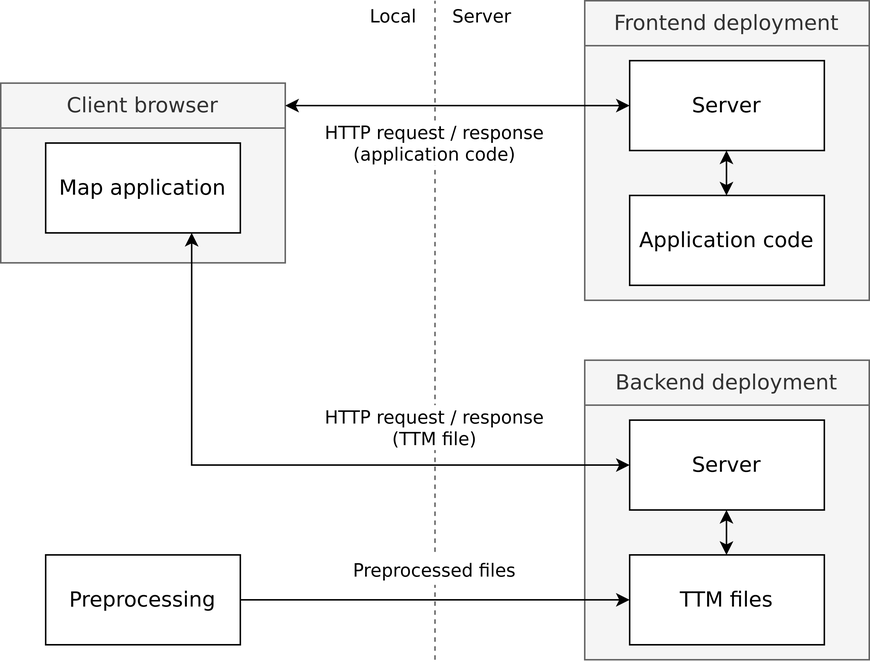
Above: thesis/visual/figures/architechture.png in eemilhaa/thesis (draw.io), before the change. Source tidied: cells renumbered, new cells last; positions are measured from the earlier drawing's top-left corner, leaving out a move shared by most shapes. Source of this version:
```xml
<mxGraphModel>
  <root>
    <mxCell id="0" />
    <mxCell id="1" parent="0" />
    <mxCell id="2" value="&lt;div style=&quot;font-size: 14px;&quot; align=&quot;center&quot;&gt;&lt;font style=&quot;font-size: 14px;&quot;&gt;Backend deployment&lt;br&gt;&lt;/font&gt;&lt;/div&gt;" style="rounded=0;whiteSpace=wrap;html=1;align=center;strokeColor=#666666;fillColor=#f5f5f5;fontColor=#333333;fontFamily=Dejavu sans;shadow=0;" parent="1" vertex="1">
      <mxGeometry x="390" y="240" width="190" height="30" as="geometry" />
    </mxCell>
    <mxCell id="3" value="&lt;font style=&quot;font-size: 14px;&quot;&gt;Client browser&lt;br&gt;&lt;/font&gt;" style="rounded=0;whiteSpace=wrap;html=1;align=center;fillColor=#f5f5f5;fontColor=#333333;strokeColor=#666666;fontFamily=Dejavu sans;shadow=0;" parent="1" vertex="1">
      <mxGeometry y="55" width="190" height="30" as="geometry" />
    </mxCell>
    <mxCell id="4" value="&lt;div style=&quot;font-size: 14px;&quot; align=&quot;center&quot;&gt;&lt;font style=&quot;font-size: 14px;&quot;&gt;Frontend deployment&lt;br&gt;&lt;/font&gt;&lt;/div&gt;" style="rounded=0;whiteSpace=wrap;html=1;align=center;fillColor=#f5f5f5;fontColor=#333333;strokeColor=#666666;fontFamily=Dejavu sans;shadow=0;" parent="1" vertex="1">
      <mxGeometry x="390" width="190" height="30" as="geometry" />
    </mxCell>
    <mxCell id="5" style="endArrow=none;dashed=1;html=1;rounded=0;fillColor=#f5f5f5;strokeColor=#666666;fontFamily=Dejavu sans;shadow=0;" parent="1" edge="1">
      <mxGeometry relative="1" as="geometry">
        <mxPoint x="290" y="440" as="sourcePoint" />
        <mxPoint x="290" as="targetPoint" />
      </mxGeometry>
    </mxCell>
    <mxCell id="6" value="&lt;div align=&quot;left&quot;&gt;&lt;br&gt;&lt;/div&gt;" style="rounded=0;whiteSpace=wrap;html=1;align=left;fillColor=#f5f5f5;fontColor=#333333;strokeColor=#666666;fontFamily=Dejavu sans;shadow=0;" parent="1" vertex="1">
      <mxGeometry x="390" y="30" width="190" height="170" as="geometry" />
    </mxCell>
    <mxCell id="7" value="&lt;div align=&quot;left&quot;&gt;&lt;br&gt;&lt;/div&gt;" style="rounded=0;whiteSpace=wrap;html=1;align=left;fillColor=#f5f5f5;fontColor=#333333;strokeColor=#666666;fontFamily=Dejavu sans;shadow=0;" parent="1" vertex="1">
      <mxGeometry y="85" width="190" height="90" as="geometry" />
    </mxCell>
    <mxCell id="8" value="&lt;div align=&quot;left&quot;&gt;&lt;br&gt;&lt;/div&gt;" style="rounded=0;whiteSpace=wrap;html=1;align=left;strokeColor=#666666;fillColor=#f5f5f5;fontColor=#333333;fontFamily=Dejavu sans;shadow=0;" parent="1" vertex="1">
      <mxGeometry x="390" y="270" width="190" height="170" as="geometry" />
    </mxCell>
    <mxCell id="9" style="edgeStyle=orthogonalEdgeStyle;rounded=0;jettySize=auto;html=1;exitX=1;exitY=0.5;exitDx=0;exitDy=0;entryX=0;entryY=0.5;entryDx=0;entryDy=0;shadow=0;" parent="1" edge="1" source="10" target="14">
      <mxGeometry relative="1" as="geometry" />
    </mxCell>
    <mxCell id="10" value="&lt;font style=&quot;font-size: 14px;&quot;&gt;Preprocessing&lt;/font&gt;" style="rounded=0;whiteSpace=wrap;html=1;fontFamily=Dejavu sans;shadow=0;" parent="1" vertex="1">
      <mxGeometry x="30" y="370" width="130" height="60" as="geometry" />
    </mxCell>
    <mxCell id="11" value="&lt;font style=&quot;font-size: 14px;&quot;&gt;Server&lt;br&gt;&lt;/font&gt;" style="rounded=0;whiteSpace=wrap;html=1;fontFamily=Dejavu sans;shadow=0;" parent="1" vertex="1">
      <mxGeometry x="420" y="40" width="130" height="60" as="geometry" />
    </mxCell>
    <mxCell id="12" value="&lt;font style=&quot;font-size: 14px;&quot;&gt;Server&lt;br&gt;&lt;/font&gt;" style="rounded=0;whiteSpace=wrap;html=1;fontFamily=Dejavu sans;shadow=0;" parent="1" vertex="1">
      <mxGeometry x="420" y="280" width="130" height="60" as="geometry" />
    </mxCell>
    <mxCell id="13" value="&lt;font style=&quot;font-size: 14px;&quot;&gt;Application code&lt;br&gt;&lt;/font&gt;" style="rounded=0;whiteSpace=wrap;html=1;fontFamily=Dejavu sans;shadow=0;" parent="1" vertex="1">
      <mxGeometry x="420" y="130" width="130" height="60" as="geometry" />
    </mxCell>
    <mxCell id="14" value="&lt;font style=&quot;font-size: 14px;&quot;&gt;&lt;font style=&quot;font-size: 14px;&quot;&gt;TTM files&lt;br&gt;&lt;/font&gt;&lt;/font&gt;" style="rounded=0;whiteSpace=wrap;html=1;fontFamily=Dejavu sans;shadow=0;" parent="1" vertex="1">
      <mxGeometry x="420" y="370" width="130" height="60" as="geometry" />
    </mxCell>
    <mxCell id="15" value="Server" style="text;html=1;strokeColor=none;fillColor=none;align=left;verticalAlign=middle;whiteSpace=wrap;rounded=0;fontFamily=Dejavu sans;shadow=0;" parent="1" vertex="1">
      <mxGeometry x="300" width="50" height="20" as="geometry" />
    </mxCell>
    <mxCell id="16" value="&lt;div align=&quot;right&quot;&gt;Local&lt;/div&gt;" style="text;html=1;strokeColor=none;fillColor=none;align=right;verticalAlign=middle;whiteSpace=wrap;rounded=0;fontFamily=Dejavu sans;shadow=0;" parent="1" vertex="1">
      <mxGeometry x="240" width="40" height="20" as="geometry" />
    </mxCell>
    <mxCell id="17" style="edgeStyle=orthogonalEdgeStyle;rounded=0;jettySize=auto;html=1;exitX=1;exitY=0.5;exitDx=0;exitDy=0;entryX=0;entryY=0.5;entryDx=0;entryDy=0;startArrow=classic;startFill=1;shadow=0;" parent="1" edge="1" source="3" target="11">
      <mxGeometry relative="1" as="geometry" />
    </mxCell>
    <mxCell id="18" style="edgeStyle=orthogonalEdgeStyle;rounded=0;jettySize=auto;html=1;exitX=0.75;exitY=1;exitDx=0;exitDy=0;entryX=0;entryY=0.5;entryDx=0;entryDy=0;startArrow=classic;startFill=1;shadow=0;" parent="1" edge="1" source="19" target="12">
      <mxGeometry relative="1" as="geometry" />
    </mxCell>
    <mxCell id="19" value="&lt;font style=&quot;font-size: 14px;&quot;&gt;Map &lt;font style=&quot;font-size: 14px;&quot;&gt;application&lt;/font&gt;&lt;/font&gt;" style="rounded=0;whiteSpace=wrap;html=1;fontFamily=Dejavu sans;shadow=0;" parent="1" vertex="1">
      <mxGeometry x="30" y="95" width="130" height="60" as="geometry" />
    </mxCell>
    <mxCell id="20" style="endArrow=classic;startArrow=classic;html=1;rounded=0;fontFamily=Dejavu sans;shadow=0;" parent="1" edge="1">
      <mxGeometry relative="1" as="geometry">
        <mxPoint x="484.7" y="130" as="sourcePoint" />
        <mxPoint x="484.7" y="100" as="targetPoint" />
      </mxGeometry>
    </mxCell>
    <mxCell id="21" style="endArrow=classic;startArrow=classic;html=1;rounded=0;fontFamily=Dejavu sans;shadow=0;" parent="1" edge="1">
      <mxGeometry relative="1" as="geometry">
        <mxPoint x="484.7" y="370" as="sourcePoint" />
        <mxPoint x="484.7" y="340" as="targetPoint" />
      </mxGeometry>
    </mxCell>
    <mxCell id="22" value="&lt;div&gt;HTTP request / response&lt;/div&gt;&lt;div&gt;(application code)&lt;br&gt;&lt;/div&gt;" style="text;html=1;strokeColor=none;fillColor=default;align=center;verticalAlign=middle;whiteSpace=wrap;rounded=0;fontFamily=Dejavu sans;shadow=0;" parent="1" vertex="1">
      <mxGeometry x="215" y="80" width="150" height="30" as="geometry" />
    </mxCell>
    <mxCell id="23" value="&lt;div&gt;HTTP request / response&lt;/div&gt;&lt;div&gt;(TTM file)&lt;br&gt;&lt;/div&gt;" style="text;html=1;strokeColor=none;fillColor=default;align=center;verticalAlign=middle;whiteSpace=wrap;rounded=0;fontFamily=Dejavu sans;shadow=0;" parent="1" vertex="1">
      <mxGeometry x="215" y="270" width="150" height="30" as="geometry" />
    </mxCell>
    <mxCell id="24" value="&lt;div&gt;&lt;font style=&quot;font-size: 12px;&quot;&gt;Preprocessed files&lt;/font&gt;&lt;/div&gt;" style="text;html=1;strokeColor=none;fillColor=default;align=center;verticalAlign=middle;whiteSpace=wrap;rounded=0;fontFamily=Dejavu sans;shadow=0;" parent="1" vertex="1">
      <mxGeometry x="215" y="370" width="150" height="20" as="geometry" />
    </mxCell>
  </root>
</mxGraphModel>
```
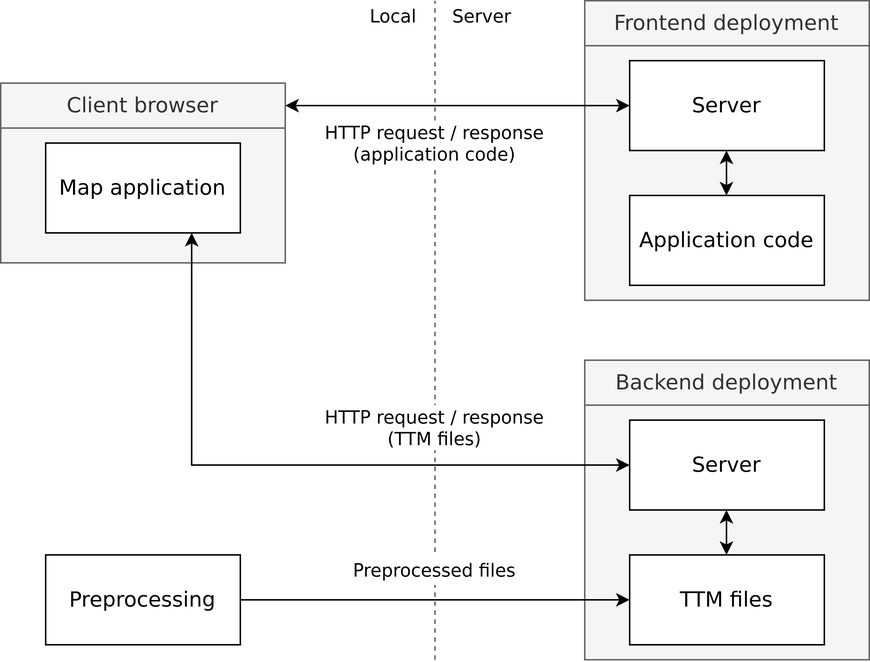
The same file after the commit.

Commit message:
better english

The edit, as a diff of the source:
```diff
@@ -74,7 +74,7 @@
     <mxCell id="22" value="&lt;div&gt;HTTP request / response&lt;/div&gt;&lt;div&gt;(application code)&lt;br&gt;&lt;/div&gt;" style="text;html=1;strokeColor=none;fillColor=default;align=center;verticalAlign=middle;whiteSpace=wrap;rounded=0;fontFamily=Dejavu sans;shadow=0;" parent="1" vertex="1">
       <mxGeometry x="215" y="80" width="150" height="30" as="geometry" />
     </mxCell>
-    <mxCell id="23" value="&lt;div&gt;HTTP request / response&lt;/div&gt;&lt;div&gt;(TTM file)&lt;br&gt;&lt;/div&gt;" style="text;html=1;strokeColor=none;fillColor=default;align=center;verticalAlign=middle;whiteSpace=wrap;rounded=0;fontFamily=Dejavu sans;shadow=0;" parent="1" vertex="1">
+    <mxCell id="23" value="&lt;div&gt;HTTP request / response&lt;/div&gt;&lt;div&gt;(TTM files)&lt;br&gt;&lt;/div&gt;" style="text;html=1;strokeColor=none;fillColor=default;align=center;verticalAlign=middle;whiteSpace=wrap;rounded=0;fontFamily=Dejavu sans;shadow=0;" parent="1" vertex="1">
       <mxGeometry x="215" y="270" width="150" height="30" as="geometry" />
     </mxCell>
     <mxCell id="24" value="&lt;div&gt;&lt;font style=&quot;font-size: 12px;&quot;&gt;Preprocessed files&lt;/font&gt;&lt;/div&gt;" style="text;html=1;strokeColor=none;fillColor=default;align=center;verticalAlign=middle;whiteSpace=wrap;rounded=0;fontFamily=Dejavu sans;shadow=0;" parent="1" vertex="1">
```
